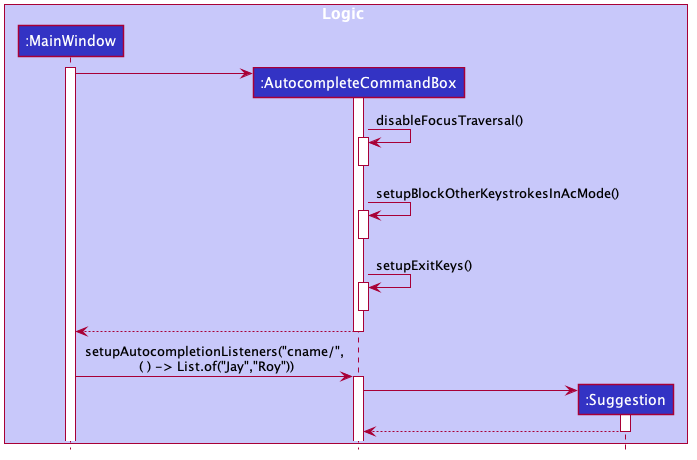
Before: docs/images/AutocompleteInitializationSequenceDiagram.png, a diagram exported from PlantUML (nus-cs2103-AY2021S1/tp).
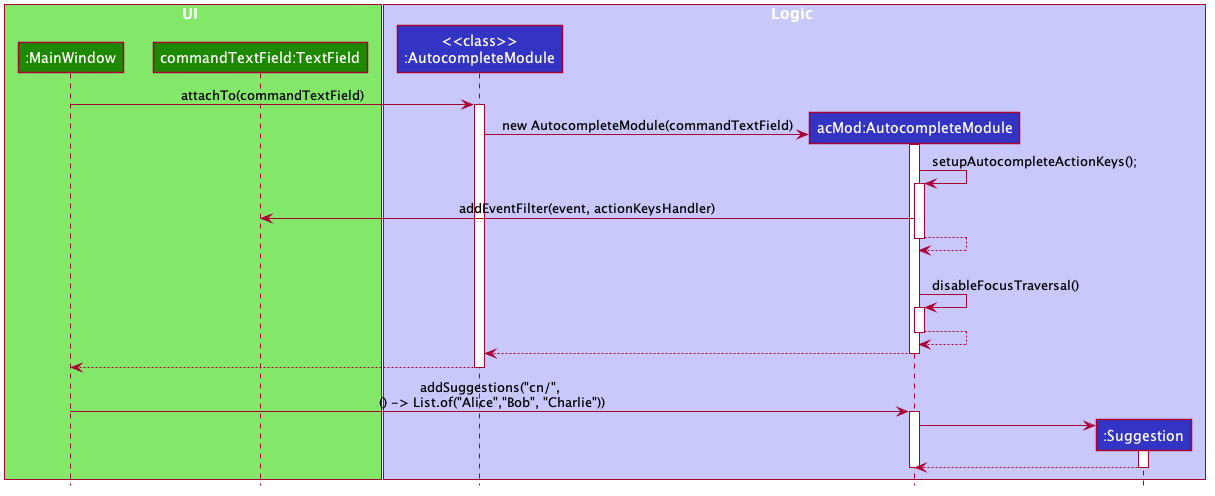
After the commit.

Change to the diagram source:
```diff
@@ -48,44 +48,53 @@
 hide members
 hide circle
 
+box UI #83E769
+participant ":MainWindow" as MainWindow #1D8900
+participant "commandTextField:TextField" as TextField #1D8900
+end box
+
 box Logic #C8C8FA
-participant ":MainWindow" as MainWindow #3333C4
-participant ":AutocompleteCommandBox" as AutocompleteCommandBox #3333C4
+participant "<<class>>\n:AutocompleteModule" as AutocompleteModule #3333C4
+participant "acMod:AutocompleteModule" as AcModuleInstance #3333C4
 participant ":Suggestion" as Suggestion #3333C4
 end box
 
 
+MainWindow -> AutocompleteModule : attachTo(commandTextField)
+activate AutocompleteModule
 
-activate MainWindow
-create AutocompleteCommandBox
-MainWindow -> AutocompleteCommandBox
-activate AutocompleteCommandBox
 
-AutocompleteCommandBox -> AutocompleteCommandBox : disableFocusTraversal()
-activate AutocompleteCommandBox
-deactivate AutocompleteCommandBox
+create AcModuleInstance
+AutocompleteModule -> AcModuleInstance : new AutocompleteModule(commandTextField)
+activate AcModuleInstance
+AcModuleInstance -> AcModuleInstance : setupAutocompleteActionKeys();
+activate AcModuleInstance
+AcModuleInstance -> TextField : addEventFilter(event, actionKeysHandler)
+AcModuleInstance --> AcModuleInstance
+deactivate AcModuleInstance
+||||
+AcModuleInstance -> AcModuleInstance : disableFocusTraversal()
+activate AcModuleInstance
+AcModuleInstance --> AcModuleInstance
+deactivate AcModuleInstance
+AcModuleInstance --> AutocompleteModule
+deactivate AcModuleInstance
 
-AutocompleteCommandBox -> AutocompleteCommandBox : setupBlockOtherKeystrokesInAcMode()
-activate AutocompleteCommandBox
-deactivate AutocompleteCommandBox
 
-AutocompleteCommandBox -> AutocompleteCommandBox : setupExitKeys()
-activate AutocompleteCommandBox
-deactivate AutocompleteCommandBox
-
-AutocompleteCommandBox --> MainWindow
-deactivate AutocompleteCommandBox
+AutocompleteModule --> MainWindow
+deactivate AutocompleteModule
 
 
 
 
-MainWindow -> AutocompleteCommandBox : setupAutocompletionListeners("cname/",\n ( ) -> List.of("Jay","Roy"))
-activate AutocompleteCommandBox
+MainWindow -> AcModuleInstance : addSuggestions("cn/",\n () -> List.of("Alice","Bob", "Charlie"))
+activate AcModuleInstance
 
 create Suggestion
-AutocompleteCommandBox -> Suggestion
+AcModuleInstance -> Suggestion
 activate Suggestion
-Suggestion --> AutocompleteCommandBox
+Suggestion --> AcModuleInstance
 deactivate Suggestion
+deactivate AcModuleInstance
 
 @enduml
```
